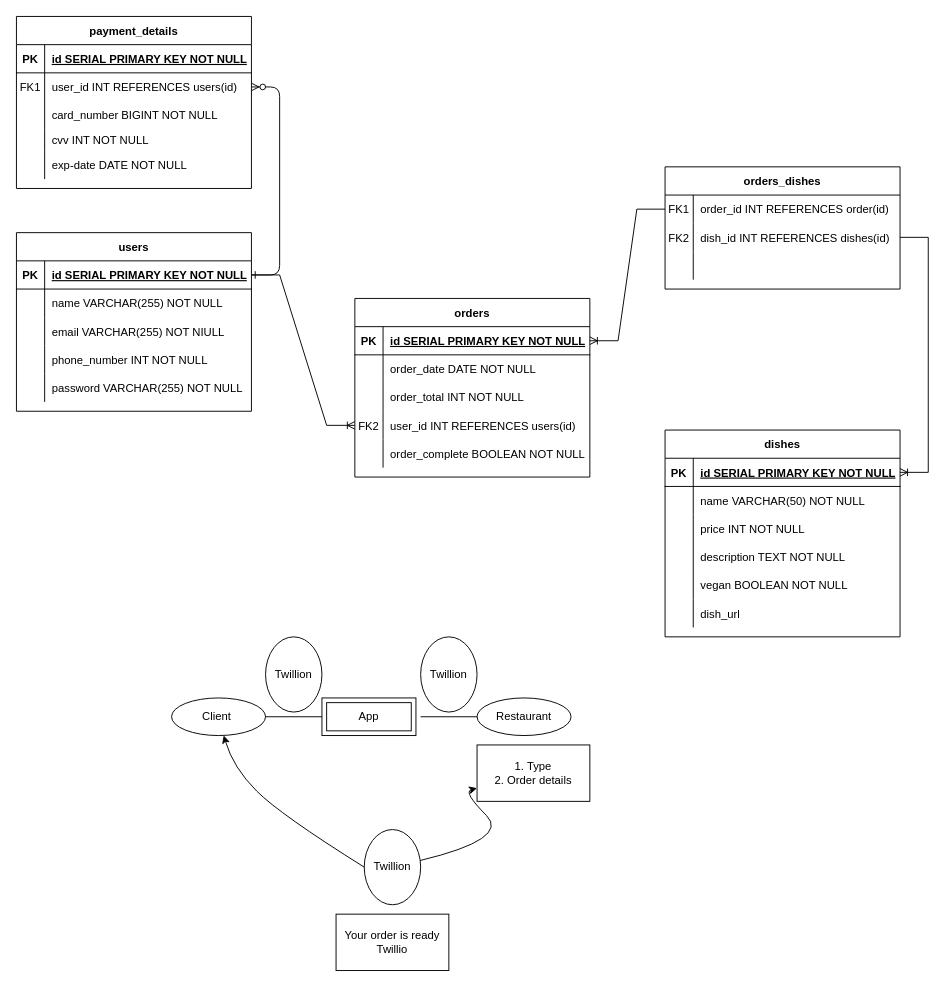
Above: db/erd/MID TERM PROJECT.drawio in onipedeo/food_midterm_project (draw.io), before the change. Source tidied: cells renumbered, new cells numbered last; positions are measured from the earlier drawing's top-left corner, leaving out a move shared by most shapes. Both pictures are drawn from the tidied source at 94%, with x=0, y=0 at pixel (16, 16).
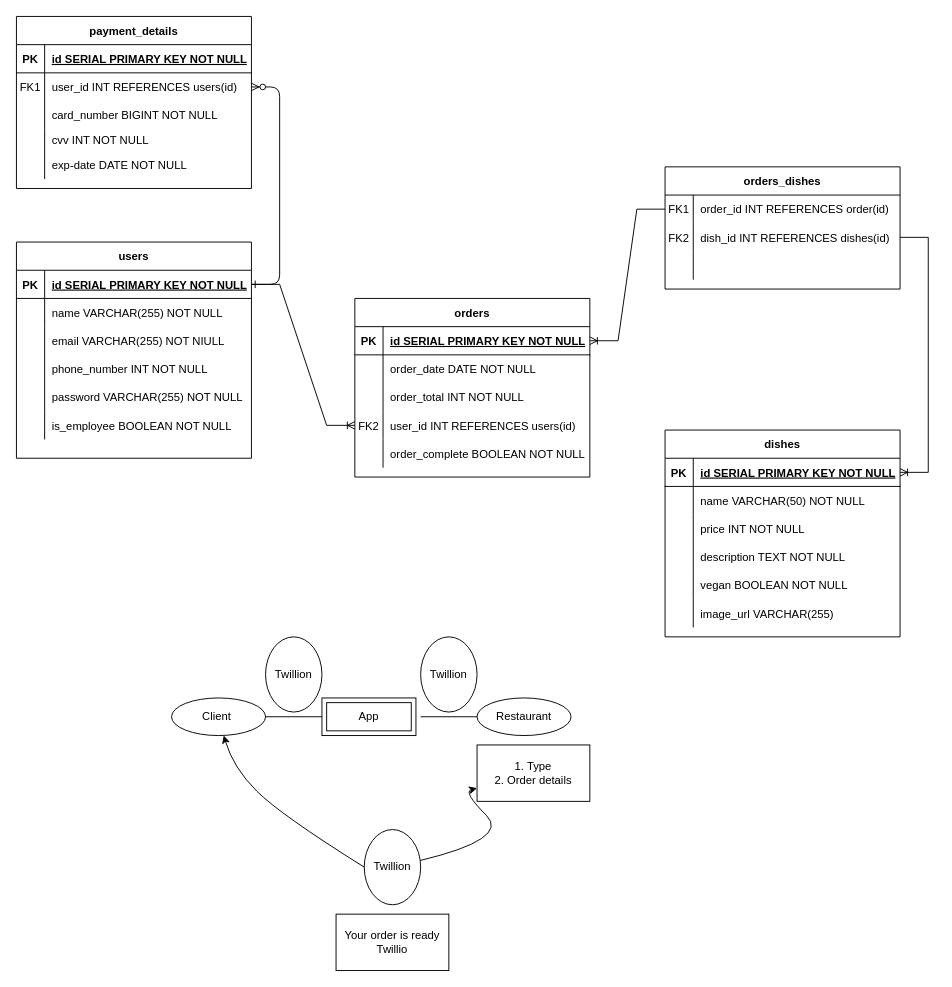
After the change.

The change refers to these unchanged cells:
```xml
<mxCell id="77" style="shape=partialRectangle;fillColor=none;top=0;left=0;right=0;bottom=0;" parent="61" vertex="1">
  <mxGeometry y="180" width="250" height="30" as="geometry" />
</mxCell>
```

The edit, as a diff of the source:
```diff
@@
     <mxCell id="35" value="users" style="shape=table;startSize=30;childLayout=tableLayout;rowLines=0;fontStyle=1;align=center;" parent="1" vertex="1">
-      <mxGeometry y="230" width="250" height="190" as="geometry" />
+      <mxGeometry y="240" width="250" height="230" as="geometry" />
     </mxCell>
@@
+    <mxCell id="95" style="shape=partialRectangle;fillColor=none;top=0;left=0;right=0;bottom=0;" parent="35" vertex="1">
+      <mxGeometry y="180" width="250" height="30" as="geometry" />
+    </mxCell>
+    <mxCell id="96" style="shape=partialRectangle;overflow=hidden;fillColor=none;top=0;left=0;bottom=0;right=0;" parent="95" vertex="1">
+      <mxGeometry width="30" height="30" as="geometry" />
+    </mxCell>
+    <mxCell id="97" value="is_employee BOOLEAN NOT NULL" style="shape=partialRectangle;overflow=hidden;fillColor=none;top=0;left=0;bottom=0;right=0;align=left;spacingLeft=6;" parent="95" vertex="1">
+      <mxGeometry x="30" width="220" height="30" as="geometry" />
+    </mxCell>
@@
-    <mxCell id="79" value="dish_url" style="shape=partialRectangle;overflow=hidden;fillColor=none;top=0;left=0;bottom=0;right=0;align=left;spacingLeft=6;" parent="77" vertex="1">
+    <mxCell id="79" value="image_url VARCHAR(255)" style="shape=partialRectangle;overflow=hidden;fillColor=none;top=0;left=0;bottom=0;right=0;align=left;spacingLeft=6;" parent="77" vertex="1">
       <mxGeometry x="30" width="220" height="30" as="geometry" />
     </mxCell>
```
